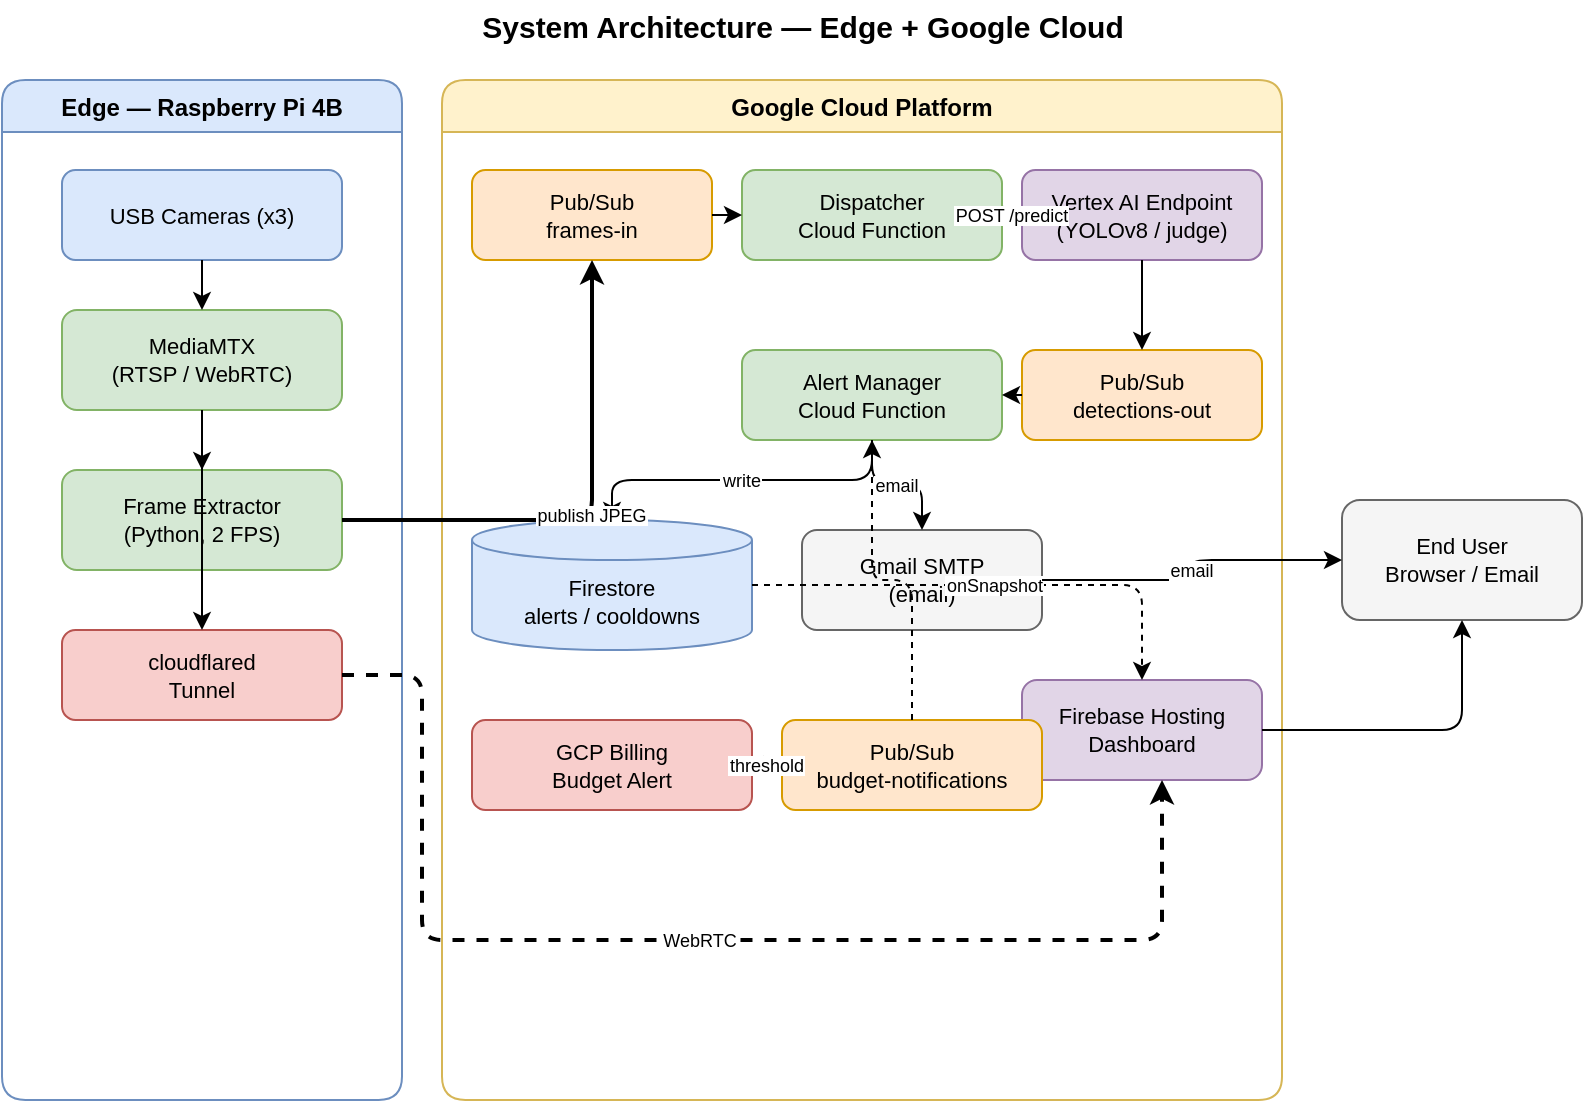
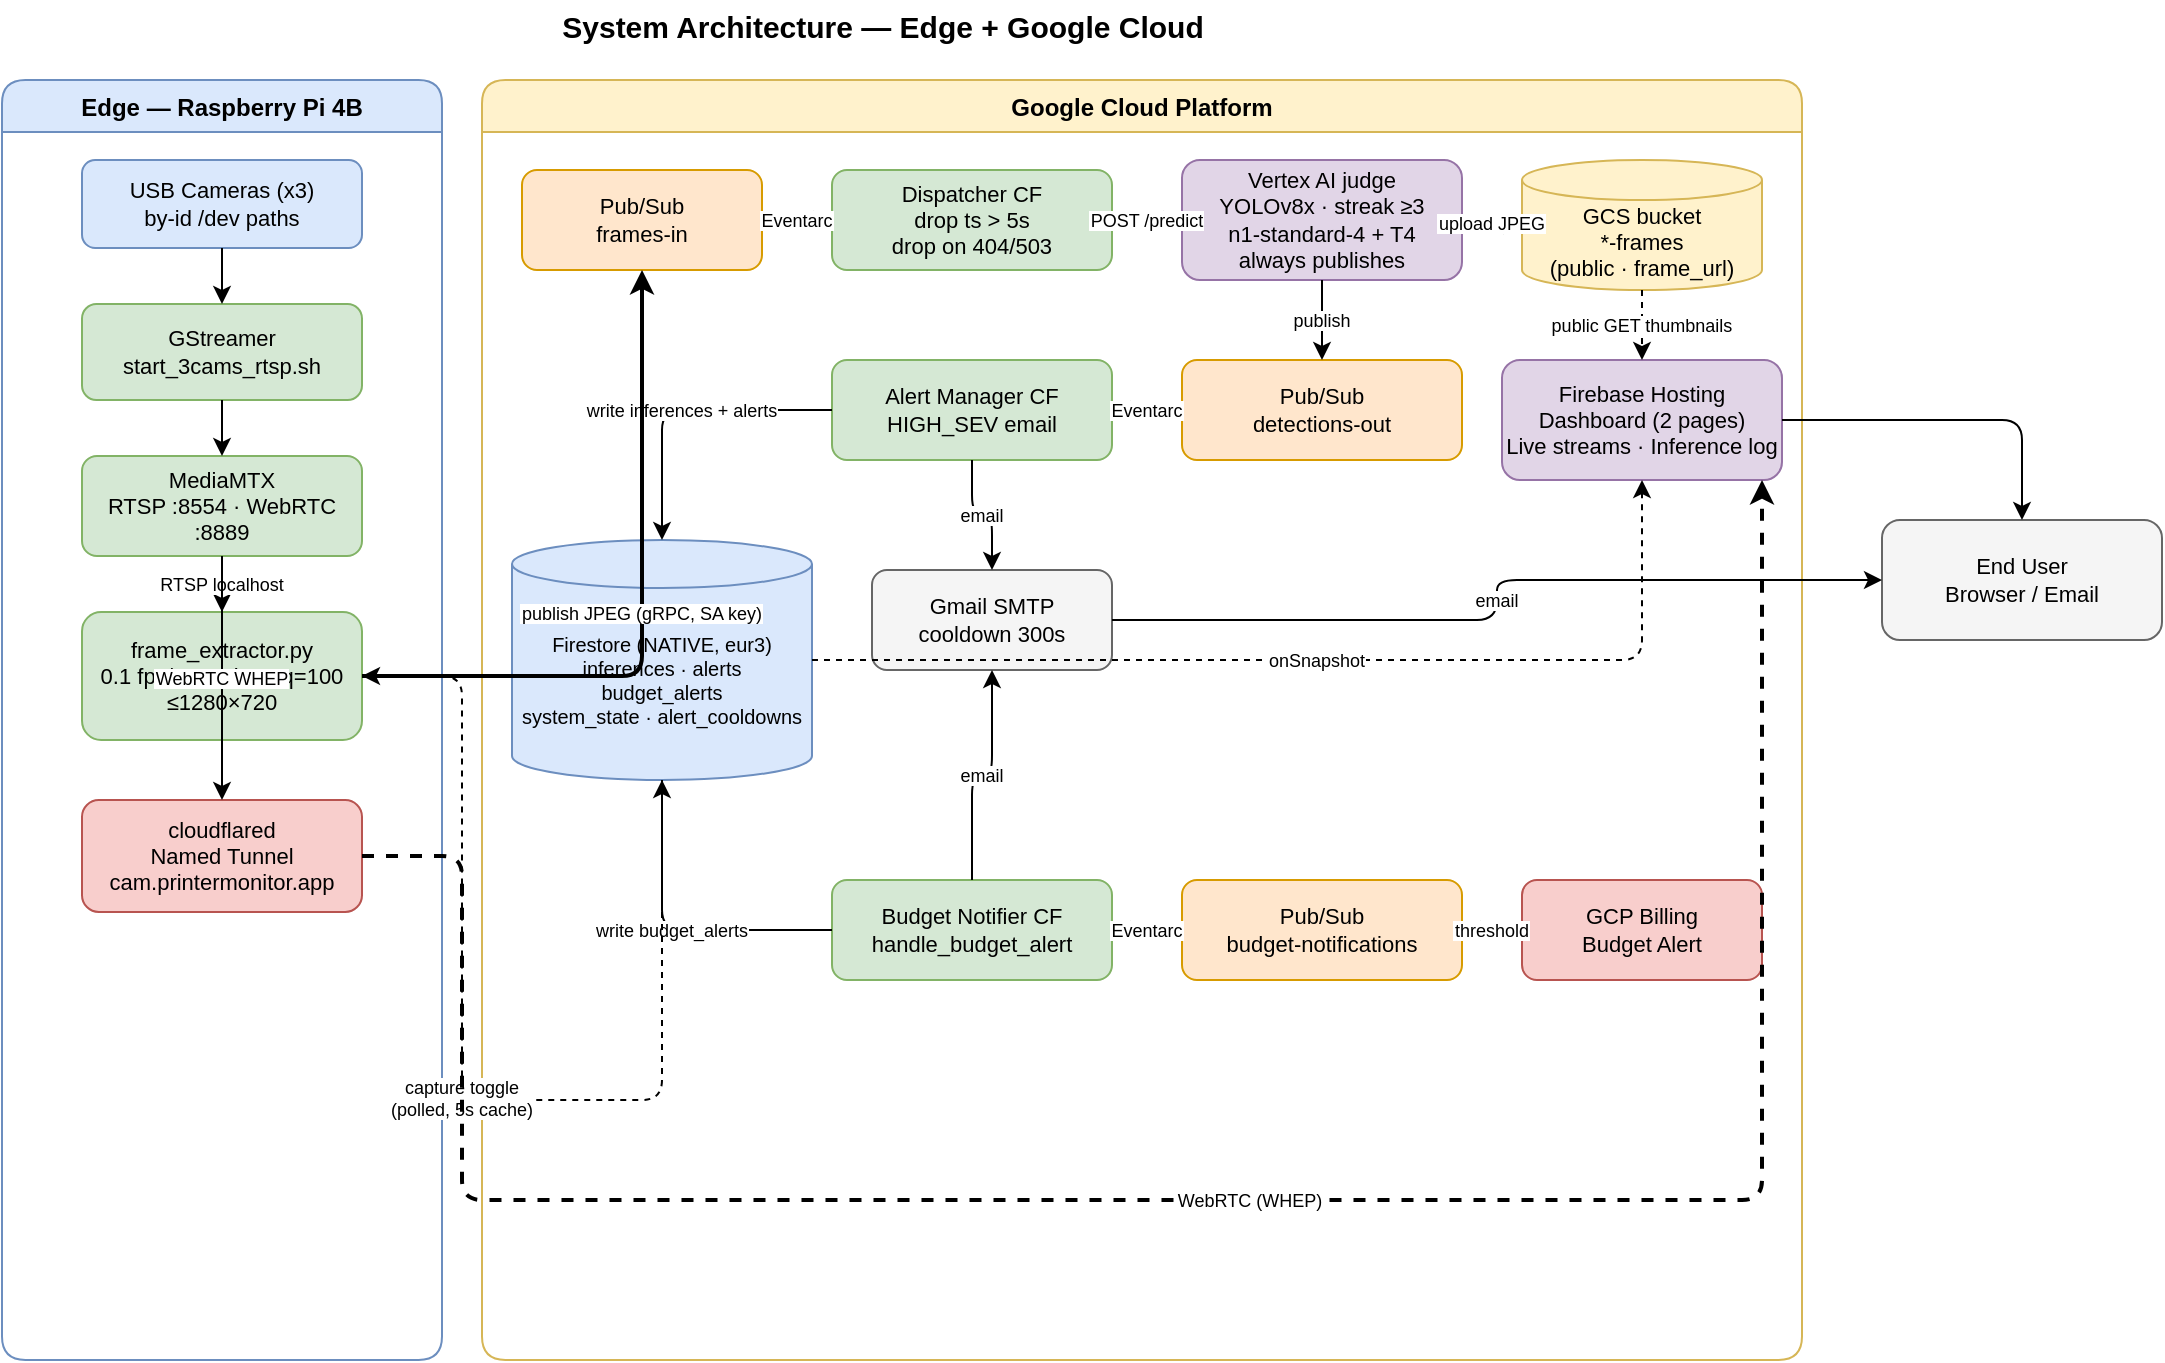
- <mxfile host="app.diagrams.net" modified="2026-04-06" version="21.0.0">
+ <mxfile host="app.diagrams.net" modified="2026-06-14" version="21.0.0">
  <diagram name="System Architecture" id="system-arch">
-     <mxGraphModel dx="900" dy="600" grid="1" gridSize="10" guides="1" tooltips="1" connect="1" arrows="1" fold="1" page="1" pageScale="1" pageWidth="827" pageHeight="585" math="0" shadow="0">
+     <mxGraphModel dx="900" dy="600" grid="1" gridSize="10" guides="1" tooltips="1" connect="1" arrows="1" fold="1" page="1" pageScale="1" pageWidth="1169" pageHeight="746" math="0" shadow="0">
      <root>
        <mxCell id="0" />
        <mxCell id="1" parent="0" />

        <mxCell id="sa-title" value="System Architecture — Edge + Google Cloud" style="text;html=1;align=center;verticalAlign=middle;fontSize=15;fontStyle=1;" vertex="1" parent="1">
-           <mxGeometry x="120" y="10" width="600" height="25" as="geometry" />
+           <mxGeometry x="160" y="10" width="600" height="25" as="geometry" />
        </mxCell>

        <!-- EDGE LANE -->
        <mxCell id="pi-swim" value="Edge — Raspberry Pi 4B" style="swimlane;fillColor=#dae8fc;strokeColor=#6c8ebf;fontSize=12;fontStyle=1;startSize=26;rounded=1;" vertex="1" parent="1">
-           <mxGeometry x="20" y="50" width="200" height="510" as="geometry" />
+           <mxGeometry x="20" y="50" width="220" height="640" as="geometry" />
        </mxCell>
-         <mxCell id="pi-cams" value="USB Cameras (x3)" style="rounded=1;whiteSpace=wrap;html=1;fillColor=#dae8fc;strokeColor=#6c8ebf;fontSize=11;" vertex="1" parent="pi-swim">
-           <mxGeometry x="30" y="45" width="140" height="45" as="geometry" />
+         <mxCell id="pi-cams" value="USB Cameras (x3)&#xa;by-id /dev paths" style="rounded=1;whiteSpace=wrap;html=1;fillColor=#dae8fc;strokeColor=#6c8ebf;fontSize=11;" vertex="1" parent="pi-swim">
+           <mxGeometry x="40" y="40" width="140" height="44" as="geometry" />
        </mxCell>
-         <mxCell id="pi-mtx" value="MediaMTX&#xa;(RTSP / WebRTC)" style="rounded=1;whiteSpace=wrap;html=1;fillColor=#d5e8d4;strokeColor=#82b366;fontSize=11;" vertex="1" parent="pi-swim">
-           <mxGeometry x="30" y="115" width="140" height="50" as="geometry" />
+         <mxCell id="pi-gst" value="GStreamer&#xa;start_3cams_rtsp.sh" style="rounded=1;whiteSpace=wrap;html=1;fillColor=#d5e8d4;strokeColor=#82b366;fontSize=11;" vertex="1" parent="pi-swim">
+           <mxGeometry x="40" y="112" width="140" height="48" as="geometry" />
        </mxCell>
-         <mxCell id="pi-fe" value="Frame Extractor&#xa;(Python, 2 FPS)" style="rounded=1;whiteSpace=wrap;html=1;fillColor=#d5e8d4;strokeColor=#82b366;fontSize=11;" vertex="1" parent="pi-swim">
-           <mxGeometry x="30" y="195" width="140" height="50" as="geometry" />
+         <mxCell id="pi-mtx" value="MediaMTX&#xa;RTSP :8554 · WebRTC :8889" style="rounded=1;whiteSpace=wrap;html=1;fillColor=#d5e8d4;strokeColor=#82b366;fontSize=11;" vertex="1" parent="pi-swim">
+           <mxGeometry x="40" y="188" width="140" height="50" as="geometry" />
        </mxCell>
-         <mxCell id="pi-cf" value="cloudflared&#xa;Tunnel" style="rounded=1;whiteSpace=wrap;html=1;fillColor=#f8cecc;strokeColor=#b85450;fontSize=11;" vertex="1" parent="pi-swim">
-           <mxGeometry x="30" y="275" width="140" height="45" as="geometry" />
+         <mxCell id="pi-fe" value="frame_extractor.py&#xa;0.1 fps/cam · jpeg q=100&#xa;≤1280×720" style="rounded=1;whiteSpace=wrap;html=1;fillColor=#d5e8d4;strokeColor=#82b366;fontSize=11;" vertex="1" parent="pi-swim">
+           <mxGeometry x="40" y="266" width="140" height="64" as="geometry" />
        </mxCell>
-         <mxCell id="pi-e1" style="edgeStyle=orthogonalEdgeStyle;rounded=1;" edge="1" source="pi-cams" target="pi-mtx" parent="pi-swim"><mxGeometry relative="1" as="geometry" /></mxCell>
-         <mxCell id="pi-e2" style="edgeStyle=orthogonalEdgeStyle;rounded=1;" edge="1" source="pi-mtx" target="pi-fe" parent="pi-swim"><mxGeometry relative="1" as="geometry" /></mxCell>
-         <mxCell id="pi-e3" style="edgeStyle=orthogonalEdgeStyle;rounded=1;" edge="1" source="pi-mtx" target="pi-cf" parent="pi-swim"><mxGeometry relative="1" as="geometry" /></mxCell>
+         <mxCell id="pi-cf" value="cloudflared&#xa;Named Tunnel&#xa;cam.printermonitor.app" style="rounded=1;whiteSpace=wrap;html=1;fillColor=#f8cecc;strokeColor=#b85450;fontSize=11;" vertex="1" parent="pi-swim">
+           <mxGeometry x="40" y="360" width="140" height="56" as="geometry" />
+         </mxCell>
+         <mxCell id="pi-e1" style="edgeStyle=orthogonalEdgeStyle;rounded=1;" edge="1" source="pi-cams" target="pi-gst" parent="pi-swim"><mxGeometry relative="1" as="geometry" /></mxCell>
+         <mxCell id="pi-e2" style="edgeStyle=orthogonalEdgeStyle;rounded=1;" edge="1" source="pi-gst" target="pi-mtx" parent="pi-swim"><mxGeometry relative="1" as="geometry" /></mxCell>
+         <mxCell id="pi-e3" value="RTSP localhost" style="edgeStyle=orthogonalEdgeStyle;rounded=1;fontSize=9;" edge="1" source="pi-mtx" target="pi-fe" parent="pi-swim"><mxGeometry relative="1" as="geometry" /></mxCell>
+         <mxCell id="pi-e4" value="WebRTC WHEP" style="edgeStyle=orthogonalEdgeStyle;rounded=1;fontSize=9;" edge="1" source="pi-mtx" target="pi-cf" parent="pi-swim"><mxGeometry relative="1" as="geometry" /></mxCell>

        <!-- GCP LANE -->
        <mxCell id="gcp-swim" value="Google Cloud Platform" style="swimlane;fillColor=#fff2cc;strokeColor=#d6b656;fontSize=12;fontStyle=1;startSize=26;rounded=1;" vertex="1" parent="1">
-           <mxGeometry x="240" y="50" width="420" height="510" as="geometry" />
+           <mxGeometry x="260" y="50" width="660" height="640" as="geometry" />
        </mxCell>
        <mxCell id="gcp-framesin" value="Pub/Sub&#xa;frames-in" style="rounded=1;whiteSpace=wrap;html=1;fillColor=#ffe6cc;strokeColor=#d79b00;fontSize=11;" vertex="1" parent="gcp-swim">
-           <mxGeometry x="15" y="45" width="120" height="45" as="geometry" />
+           <mxGeometry x="20" y="45" width="120" height="50" as="geometry" />
        </mxCell>
-         <mxCell id="gcp-disp" value="Dispatcher&#xa;Cloud Function" style="rounded=1;whiteSpace=wrap;html=1;fillColor=#d5e8d4;strokeColor=#82b366;fontSize=11;" vertex="1" parent="gcp-swim">
-           <mxGeometry x="150" y="45" width="130" height="45" as="geometry" />
+         <mxCell id="gcp-disp" value="Dispatcher CF&#xa;drop ts &gt; 5s&#xa;drop on 404/503" style="rounded=1;whiteSpace=wrap;html=1;fillColor=#d5e8d4;strokeColor=#82b366;fontSize=11;" vertex="1" parent="gcp-swim">
+           <mxGeometry x="175" y="45" width="140" height="50" as="geometry" />
        </mxCell>
-         <mxCell id="gcp-vertex" value="Vertex AI Endpoint&#xa;(YOLOv8 / judge)" style="rounded=1;whiteSpace=wrap;html=1;fillColor=#e1d5e7;strokeColor=#9673a6;fontSize=11;" vertex="1" parent="gcp-swim">
-           <mxGeometry x="290" y="45" width="120" height="45" as="geometry" />
+         <mxCell id="gcp-vertex" value="Vertex AI judge&#xa;YOLOv8x · streak ≥3&#xa;n1-standard-4 + T4&#xa;always publishes" style="rounded=1;whiteSpace=wrap;html=1;fillColor=#e1d5e7;strokeColor=#9673a6;fontSize=11;" vertex="1" parent="gcp-swim">
+           <mxGeometry x="350" y="40" width="140" height="60" as="geometry" />
+         </mxCell>
+         <mxCell id="gcp-frames-bkt" value="GCS bucket&#xa;*-frames&#xa;(public · frame_url)" style="shape=cylinder3;boundedLbl=1;backgroundOutline=1;size=10;whiteSpace=wrap;html=1;fillColor=#fff2cc;strokeColor=#d6b656;fontSize=11;" vertex="1" parent="gcp-swim">
+           <mxGeometry x="520" y="40" width="120" height="65" as="geometry" />
        </mxCell>
        <mxCell id="gcp-detout" value="Pub/Sub&#xa;detections-out" style="rounded=1;whiteSpace=wrap;html=1;fillColor=#ffe6cc;strokeColor=#d79b00;fontSize=11;" vertex="1" parent="gcp-swim">
-           <mxGeometry x="290" y="135" width="120" height="45" as="geometry" />
+           <mxGeometry x="350" y="140" width="140" height="50" as="geometry" />
        </mxCell>
-         <mxCell id="gcp-alert" value="Alert Manager&#xa;Cloud Function" style="rounded=1;whiteSpace=wrap;html=1;fillColor=#d5e8d4;strokeColor=#82b366;fontSize=11;" vertex="1" parent="gcp-swim">
-           <mxGeometry x="150" y="135" width="130" height="45" as="geometry" />
+         <mxCell id="gcp-alert" value="Alert Manager CF&#xa;HIGH_SEV email" style="rounded=1;whiteSpace=wrap;html=1;fillColor=#d5e8d4;strokeColor=#82b366;fontSize=11;" vertex="1" parent="gcp-swim">
+           <mxGeometry x="175" y="140" width="140" height="50" as="geometry" />
        </mxCell>
-         <mxCell id="gcp-firestore" value="Firestore&#xa;alerts / cooldowns" style="shape=cylinder3;boundedLbl=1;backgroundOutline=1;size=10;whiteSpace=wrap;html=1;fillColor=#dae8fc;strokeColor=#6c8ebf;fontSize=11;" vertex="1" parent="gcp-swim">
-           <mxGeometry x="15" y="220" width="140" height="65" as="geometry" />
+         <mxCell id="gcp-firestore" value="Firestore (NATIVE, eur3)&#xa;inferences · alerts&#xa;budget_alerts&#xa;system_state · alert_cooldowns" style="shape=cylinder3;boundedLbl=1;backgroundOutline=1;size=12;whiteSpace=wrap;html=1;fillColor=#dae8fc;strokeColor=#6c8ebf;fontSize=10;" vertex="1" parent="gcp-swim">
+           <mxGeometry x="15" y="230" width="150" height="120" as="geometry" />
        </mxCell>
-         <mxCell id="gcp-smtp" value="Gmail SMTP&#xa;(email)" style="rounded=1;whiteSpace=wrap;html=1;fillColor=#f5f5f5;strokeColor=#666666;fontSize=11;" vertex="1" parent="gcp-swim">
-           <mxGeometry x="180" y="225" width="120" height="50" as="geometry" />
+         <mxCell id="gcp-smtp" value="Gmail SMTP&#xa;cooldown 300s" style="rounded=1;whiteSpace=wrap;html=1;fillColor=#f5f5f5;strokeColor=#666666;fontSize=11;" vertex="1" parent="gcp-swim">
+           <mxGeometry x="195" y="245" width="120" height="50" as="geometry" />
        </mxCell>
-         <mxCell id="gcp-hosting" value="Firebase Hosting&#xa;Dashboard" style="rounded=1;whiteSpace=wrap;html=1;fillColor=#e1d5e7;strokeColor=#9673a6;fontSize=11;" vertex="1" parent="gcp-swim">
-           <mxGeometry x="290" y="300" width="120" height="50" as="geometry" />
+         <mxCell id="gcp-hosting" value="Firebase Hosting&#xa;Dashboard (2 pages)&#xa;Live streams · Inference log" style="rounded=1;whiteSpace=wrap;html=1;fillColor=#e1d5e7;strokeColor=#9673a6;fontSize=11;" vertex="1" parent="gcp-swim">
+           <mxGeometry x="510" y="140" width="140" height="60" as="geometry" />
+         </mxCell>
+         <mxCell id="gcp-budgettop" value="Pub/Sub&#xa;budget-notifications" style="rounded=1;whiteSpace=wrap;html=1;fillColor=#ffe6cc;strokeColor=#d79b00;fontSize=11;" vertex="1" parent="gcp-swim">
+           <mxGeometry x="350" y="400" width="140" height="50" as="geometry" />
+         </mxCell>
+         <mxCell id="gcp-budgetnot" value="Budget Notifier CF&#xa;handle_budget_alert" style="rounded=1;whiteSpace=wrap;html=1;fillColor=#d5e8d4;strokeColor=#82b366;fontSize=11;" vertex="1" parent="gcp-swim">
+           <mxGeometry x="175" y="400" width="140" height="50" as="geometry" />
        </mxCell>
        <mxCell id="gcp-billing" value="GCP Billing&#xa;Budget Alert" style="rounded=1;whiteSpace=wrap;html=1;fillColor=#f8cecc;strokeColor=#b85450;fontSize=11;" vertex="1" parent="gcp-swim">
-           <mxGeometry x="15" y="320" width="140" height="45" as="geometry" />
-         </mxCell>
-         <mxCell id="gcp-budgettop" value="Pub/Sub&#xa;budget-notifications" style="rounded=1;whiteSpace=wrap;html=1;fillColor=#ffe6cc;strokeColor=#d79b00;fontSize=11;" vertex="1" parent="gcp-swim">
-           <mxGeometry x="170" y="320" width="130" height="45" as="geometry" />
+           <mxGeometry x="520" y="400" width="120" height="50" as="geometry" />
        </mxCell>

-         <mxCell id="gcp-e1" style="edgeStyle=orthogonalEdgeStyle;rounded=1;" edge="1" source="gcp-framesin" target="gcp-disp" parent="gcp-swim"><mxGeometry relative="1" as="geometry" /></mxCell>
+         <mxCell id="gcp-e1" value="Eventarc" style="edgeStyle=orthogonalEdgeStyle;rounded=1;fontSize=9;" edge="1" source="gcp-framesin" target="gcp-disp" parent="gcp-swim"><mxGeometry relative="1" as="geometry" /></mxCell>
        <mxCell id="gcp-e2" value="POST /predict" style="edgeStyle=orthogonalEdgeStyle;rounded=1;fontSize=9;" edge="1" source="gcp-disp" target="gcp-vertex" parent="gcp-swim"><mxGeometry relative="1" as="geometry" /></mxCell>
-         <mxCell id="gcp-e3" style="edgeStyle=orthogonalEdgeStyle;rounded=1;" edge="1" source="gcp-vertex" target="gcp-detout" parent="gcp-swim"><mxGeometry relative="1" as="geometry" /></mxCell>
-         <mxCell id="gcp-e4" style="edgeStyle=orthogonalEdgeStyle;rounded=1;" edge="1" source="gcp-detout" target="gcp-alert" parent="gcp-swim"><mxGeometry relative="1" as="geometry" /></mxCell>
-         <mxCell id="gcp-e5" value="write" style="edgeStyle=orthogonalEdgeStyle;rounded=1;fontSize=9;" edge="1" source="gcp-alert" target="gcp-firestore" parent="gcp-swim"><mxGeometry relative="1" as="geometry" /></mxCell>
-         <mxCell id="gcp-e6" value="email" style="edgeStyle=orthogonalEdgeStyle;rounded=1;fontSize=9;" edge="1" source="gcp-alert" target="gcp-smtp" parent="gcp-swim"><mxGeometry relative="1" as="geometry" /></mxCell>
-         <mxCell id="gcp-e7" value="onSnapshot" style="edgeStyle=orthogonalEdgeStyle;rounded=1;fontSize=9;dashed=1;" edge="1" source="gcp-firestore" target="gcp-hosting" parent="gcp-swim"><mxGeometry relative="1" as="geometry" /></mxCell>
-         <mxCell id="gcp-e8" value="threshold" style="edgeStyle=orthogonalEdgeStyle;rounded=1;fontSize=9;" edge="1" source="gcp-billing" target="gcp-budgettop" parent="gcp-swim"><mxGeometry relative="1" as="geometry" /></mxCell>
-         <mxCell id="gcp-e9" style="edgeStyle=orthogonalEdgeStyle;rounded=1;dashed=1;" edge="1" source="gcp-budgettop" target="gcp-alert" parent="gcp-swim"><mxGeometry relative="1" as="geometry" /></mxCell>
+         <mxCell id="gcp-e3" value="upload JPEG" style="edgeStyle=orthogonalEdgeStyle;rounded=1;fontSize=9;" edge="1" source="gcp-vertex" target="gcp-frames-bkt" parent="gcp-swim"><mxGeometry relative="1" as="geometry" /></mxCell>
+         <mxCell id="gcp-e4" value="publish" style="edgeStyle=orthogonalEdgeStyle;rounded=1;fontSize=9;" edge="1" source="gcp-vertex" target="gcp-detout" parent="gcp-swim"><mxGeometry relative="1" as="geometry" /></mxCell>
+         <mxCell id="gcp-e5" value="Eventarc" style="edgeStyle=orthogonalEdgeStyle;rounded=1;fontSize=9;" edge="1" source="gcp-detout" target="gcp-alert" parent="gcp-swim"><mxGeometry relative="1" as="geometry" /></mxCell>
+         <mxCell id="gcp-e6" value="write inferences + alerts" style="edgeStyle=orthogonalEdgeStyle;rounded=1;fontSize=9;" edge="1" source="gcp-alert" target="gcp-firestore" parent="gcp-swim"><mxGeometry relative="1" as="geometry" /></mxCell>
+         <mxCell id="gcp-e7" value="email" style="edgeStyle=orthogonalEdgeStyle;rounded=1;fontSize=9;" edge="1" source="gcp-alert" target="gcp-smtp" parent="gcp-swim"><mxGeometry relative="1" as="geometry" /></mxCell>
+         <mxCell id="gcp-e8" value="onSnapshot" style="edgeStyle=orthogonalEdgeStyle;rounded=1;fontSize=9;dashed=1;" edge="1" source="gcp-firestore" target="gcp-hosting" parent="gcp-swim"><mxGeometry relative="1" as="geometry" /></mxCell>
+         <mxCell id="gcp-e9" value="public GET thumbnails" style="edgeStyle=orthogonalEdgeStyle;rounded=1;fontSize=9;dashed=1;" edge="1" source="gcp-frames-bkt" target="gcp-hosting" parent="gcp-swim"><mxGeometry relative="1" as="geometry" /></mxCell>
+         <mxCell id="gcp-e10" value="threshold" style="edgeStyle=orthogonalEdgeStyle;rounded=1;fontSize=9;" edge="1" source="gcp-billing" target="gcp-budgettop" parent="gcp-swim"><mxGeometry relative="1" as="geometry" /></mxCell>
+         <mxCell id="gcp-e11" value="Eventarc" style="edgeStyle=orthogonalEdgeStyle;rounded=1;fontSize=9;dashed=1;" edge="1" source="gcp-budgettop" target="gcp-budgetnot" parent="gcp-swim"><mxGeometry relative="1" as="geometry" /></mxCell>
+         <mxCell id="gcp-e12" value="write budget_alerts" style="edgeStyle=orthogonalEdgeStyle;rounded=1;fontSize=9;" edge="1" source="gcp-budgetnot" target="gcp-firestore" parent="gcp-swim"><mxGeometry relative="1" as="geometry" /></mxCell>
+         <mxCell id="gcp-e13" value="email" style="edgeStyle=orthogonalEdgeStyle;rounded=1;fontSize=9;" edge="1" source="gcp-budgetnot" target="gcp-smtp" parent="gcp-swim"><mxGeometry relative="1" as="geometry" /></mxCell>

        <!-- CROSS BOUNDARY -->
-         <mxCell id="cross-pub" value="publish JPEG" style="edgeStyle=orthogonalEdgeStyle;rounded=1;fontSize=9;strokeWidth=2;" edge="1" source="pi-fe" target="gcp-framesin" parent="1"><mxGeometry relative="1" as="geometry" /></mxCell>
-         <mxCell id="cross-rtc" value="WebRTC" style="edgeStyle=orthogonalEdgeStyle;rounded=1;fontSize=9;strokeWidth=2;dashed=1;" edge="1" source="pi-cf" target="gcp-hosting" parent="1">
+         <mxCell id="cross-pub" value="publish JPEG (gRPC, SA key)" style="edgeStyle=orthogonalEdgeStyle;rounded=1;fontSize=9;strokeWidth=2;" edge="1" source="pi-fe" target="gcp-framesin" parent="1"><mxGeometry relative="1" as="geometry" /></mxCell>
+         <mxCell id="cross-killswitch" value="capture toggle&#xa;(polled, 5s cache)" style="edgeStyle=orthogonalEdgeStyle;rounded=1;fontSize=9;dashed=1;" edge="1" source="gcp-firestore" target="pi-fe" parent="1">
          <mxGeometry relative="1" as="geometry">
-             <Array as="points"><mxPoint x="230" y="480" /><mxPoint x="600" y="480" /></Array>
+             <Array as="points"><mxPoint x="250" y="560" /></Array>
+           </mxGeometry>
+         </mxCell>
+         <mxCell id="cross-rtc" value="WebRTC (WHEP)" style="edgeStyle=orthogonalEdgeStyle;rounded=1;fontSize=9;strokeWidth=2;dashed=1;" edge="1" source="pi-cf" target="gcp-hosting" parent="1">
+           <mxGeometry relative="1" as="geometry">
+             <Array as="points"><mxPoint x="250" y="610" /><mxPoint x="900" y="610" /></Array>
          </mxGeometry>
        </mxCell>

        <!-- USER -->
        <mxCell id="end-user" value="End User&#xa;Browser / Email" style="rounded=1;whiteSpace=wrap;html=1;fillColor=#f5f5f5;strokeColor=#666666;fontSize=11;" vertex="1" parent="1">
-           <mxGeometry x="690" y="260" width="120" height="60" as="geometry" />
+           <mxGeometry x="960" y="270" width="140" height="60" as="geometry" />
        </mxCell>
        <mxCell id="user-e1" style="edgeStyle=orthogonalEdgeStyle;rounded=1;" edge="1" source="gcp-hosting" target="end-user" parent="1"><mxGeometry relative="1" as="geometry" /></mxCell>
        <mxCell id="user-e2" value="email" style="edgeStyle=orthogonalEdgeStyle;rounded=1;fontSize=9;" edge="1" source="gcp-smtp" target="end-user" parent="1"><mxGeometry relative="1" as="geometry" /></mxCell>

      </root>
    </mxGraphModel>
  </diagram>
</mxfile>
